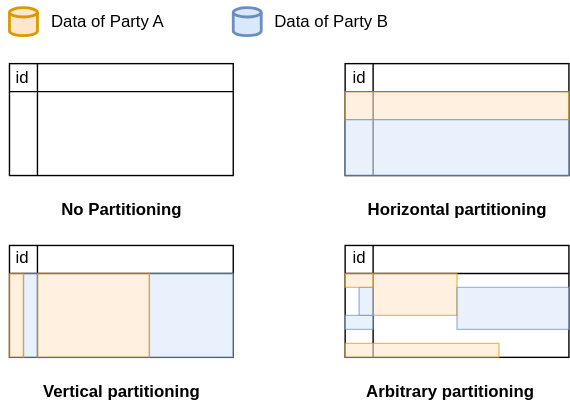
The draw.io diagram data-partitioning.drawio.svg in phoeinx/ma-graphics, before a commit. Source tidied: cells renumbered, new cells last; positions are measured from the earlier drawing's top-left corner, leaving out a move shared by most shapes.
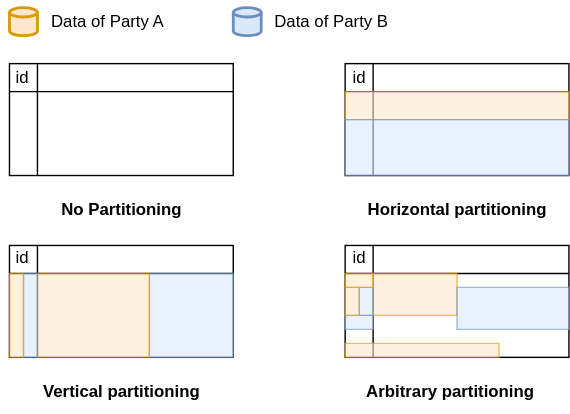
After the commit.

Change to the diagram source:
```diff
@@ -86,5 +86,8 @@
     <mxCell id="29" value="id" style="text;html=1;align=center;verticalAlign=middle;strokeColor=none;fillColor=none;" parent="1" vertex="1">
       <mxGeometry x="241" y="169" width="30" height="30" as="geometry" />
     </mxCell>
+    <mxCell id="30" style="verticalLabelPosition=bottom;verticalAlign=top;html=1;shape=mxgraph.basic.rect;fillColor2=none;strokeWidth=1;size=0;indent=62.76;fillColor=#ffe6cc;strokeColor=#d79b00;opacity=60;" parent="1" vertex="1">
+      <mxGeometry x="246" y="205" width="10" height="20" as="geometry" />
+    </mxCell>
   </root>
 </mxGraphModel>
```
